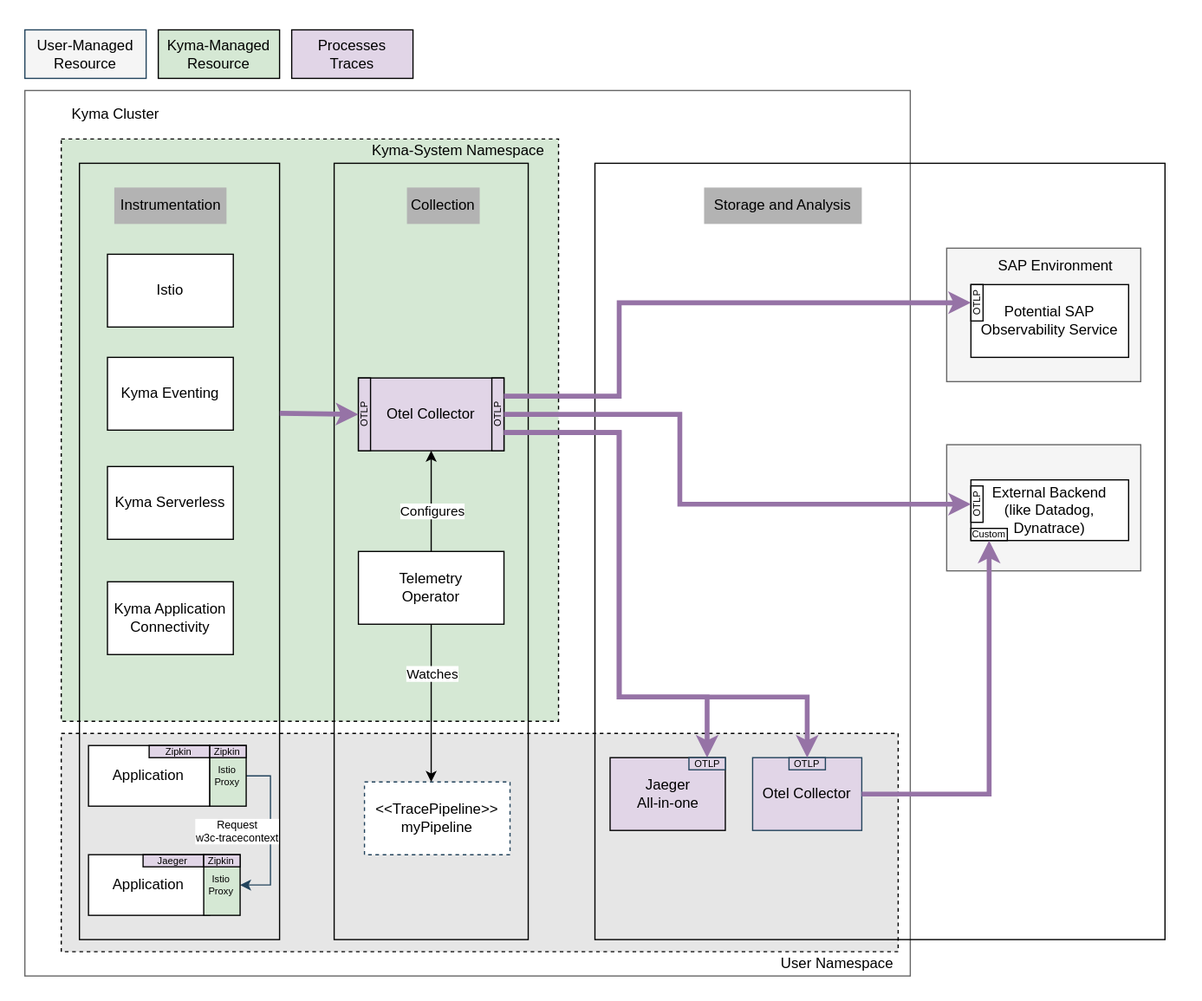
Earlier version of the draw.io export concepts/observability-strategy/configurable-tracing/assets/tracing-future.drawio.svg (kyma-project/community). Source tidied: cells renumbered, new cells last; positions are measured from the earlier drawing's top-left corner, leaving out a move shared by most shapes.
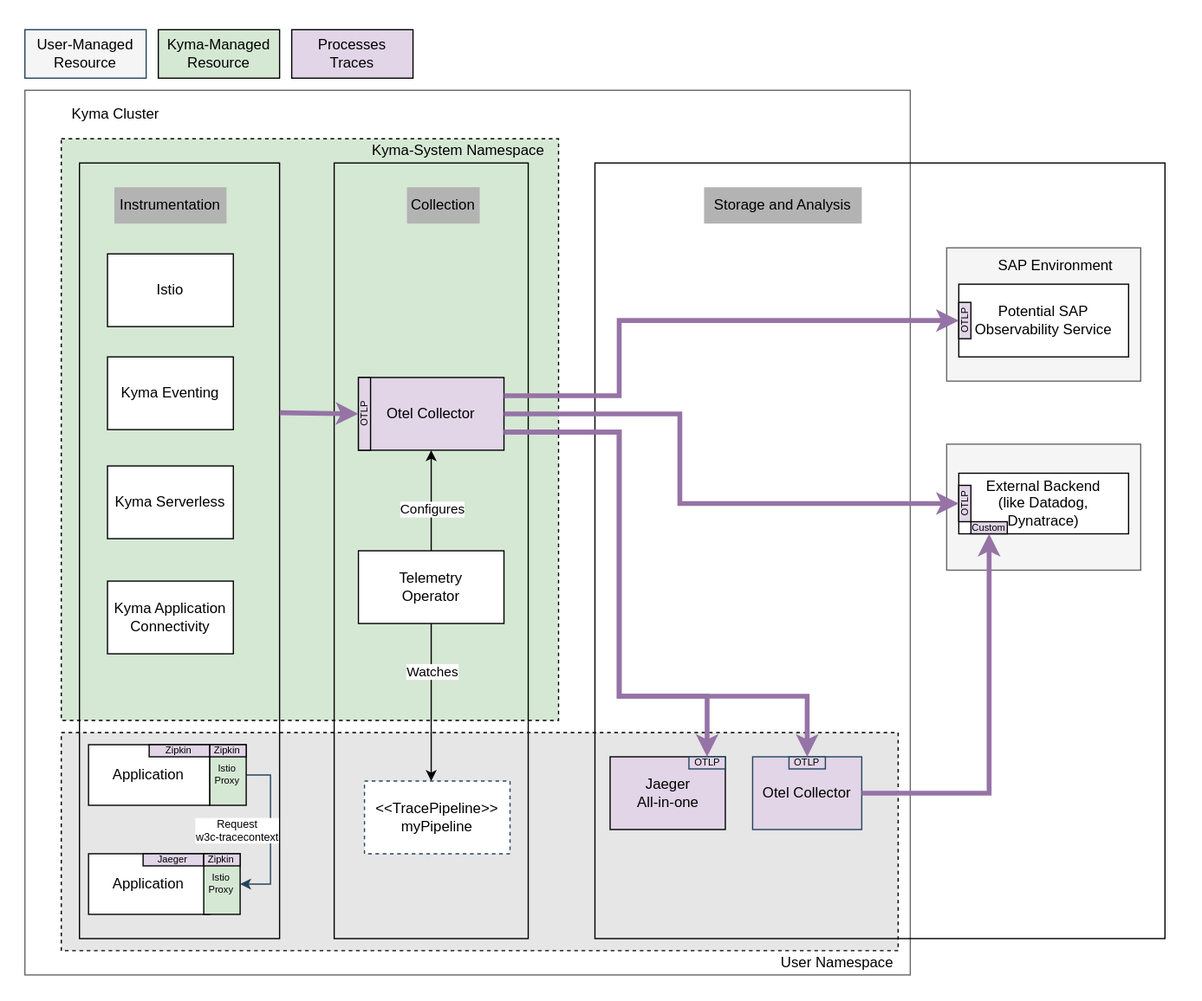
After the change.

Change to the diagram source:
```diff
@@ -120,9 +120,6 @@
     <mxCell id="37" style="endArrow=classic;html=1;exitX=1.001;exitY=0.322;exitDx=0;exitDy=0;exitPerimeter=0;entryX=0;entryY=0.5;entryDx=0;entryDy=0;strokeWidth=4;strokeColor=#9673A6;rounded=0;edgeStyle=elbowEdgeStyle;elbow=vertical;" parent="1" edge="1" source="11" target="15">
       <mxGeometry relative="1" as="geometry" />
     </mxCell>
-    <mxCell id="38" value="OTLP" style="rounded=0;whiteSpace=wrap;html=1;fontSize=8;fillColor=#E1D5E7;strokeColor=#000000;rotation=-90;" parent="1" vertex="1">
-      <mxGeometry x="380" y="336" width="60" height="10" as="geometry" />
-    </mxCell>
     <mxCell id="39" style="html=1;fillColor=none;" parent="1" vertex="1">
       <mxGeometry x="490" y="134" width="470" height="640" as="geometry" />
     </mxCell>
@@ -141,41 +138,45 @@
     <mxCell id="44" style="rounded=0;whiteSpace=wrap;html=1;fillColor=#f5f5f5;strokeColor=#666666;fontColor=#333333;" parent="1" vertex="1">
       <mxGeometry x="780" y="366" width="160" height="104" as="geometry" />
     </mxCell>
-    <mxCell id="45" value="External Backend&lt;br&gt;(like Datadog, Dynatrace)" style="rounded=0;whiteSpace=wrap;html=1;" parent="1" vertex="1">
-      <mxGeometry x="800" y="395" width="130" height="50" as="geometry" />
+    <mxCell id="45" value="External Backend&lt;br&gt;(like Datadog,&lt;br&gt;Dynatrace)" style="rounded=0;whiteSpace=wrap;html=1;" parent="1" vertex="1">
+      <mxGeometry x="790" y="390" width="140" height="50" as="geometry" />
     </mxCell>
-    <mxCell id="46" value="OTLP" style="rounded=0;whiteSpace=wrap;html=1;fontSize=8;rotation=-90;" parent="1" vertex="1">
-      <mxGeometry x="790" y="410" width="30" height="10" as="geometry" />
+    <mxCell id="46" value="OTLP" style="rounded=0;whiteSpace=wrap;html=1;fontSize=8;rotation=-90;fillColor=#E1D5E7;" parent="1" vertex="1">
+      <mxGeometry x="780" y="410" width="30" height="10" as="geometry" />
     </mxCell>
-    <mxCell id="47" value="Custom" style="rounded=0;whiteSpace=wrap;html=1;fontSize=8;rotation=0;" parent="1" vertex="1">
-      <mxGeometry x="800" y="435" width="30" height="10" as="geometry" />
+    <mxCell id="47" value="Custom" style="rounded=0;whiteSpace=wrap;html=1;fontSize=8;rotation=0;fillColor=#E1D5E7;" parent="1" vertex="1">
+      <mxGeometry x="800" y="430" width="30" height="10" as="geometry" />
     </mxCell>
     <mxCell id="48" style="rounded=0;whiteSpace=wrap;html=1;fillColor=#f5f5f5;strokeColor=#666666;fontColor=#333333;" parent="1" vertex="1">
       <mxGeometry x="780" y="204" width="160" height="110" as="geometry" />
     </mxCell>
     <mxCell id="49" value="Potential SAP Observability Service" style="rounded=0;whiteSpace=wrap;html=1;" parent="1" vertex="1">
-      <mxGeometry x="800" y="234" width="130" height="60" as="geometry" />
+      <mxGeometry x="790" y="234" width="140" height="60" as="geometry" />
     </mxCell>
     <mxCell id="50" value="SAP Environment" style="text;html=1;strokeColor=none;fillColor=none;align=center;verticalAlign=middle;whiteSpace=wrap;rounded=0;fontColor=#000000;" parent="1" vertex="1">
       <mxGeometry x="805" y="209" width="130" height="20" as="geometry" />
     </mxCell>
-    <mxCell id="51" style="endArrow=classic;html=1;exitX=0.75;exitY=1;exitDx=0;exitDy=0;entryX=0.5;entryY=0;entryDx=0;entryDy=0;strokeWidth=4;strokeColor=#9673A6;rounded=0;edgeStyle=elbowEdgeStyle;" parent="1" edge="1" source="38" target="55">
+    <mxCell id="51" style="endArrow=classic;html=1;exitX=0.75;exitY=1;exitDx=0;exitDy=0;entryX=0.5;entryY=0;entryDx=0;entryDy=0;strokeWidth=4;strokeColor=#9673A6;rounded=0;edgeStyle=elbowEdgeStyle;" parent="1" edge="1" target="55">
       <mxGeometry relative="1" as="geometry">
+        <mxPoint x="415" y="326" as="sourcePoint" />
         <Array as="points">
           <mxPoint x="510" y="294" />
         </Array>
       </mxGeometry>
     </mxCell>
-    <mxCell id="52" style="endArrow=classic;html=1;exitX=0.5;exitY=1;exitDx=0;exitDy=0;entryX=0.5;entryY=0;entryDx=0;entryDy=0;strokeWidth=4;strokeColor=#9673A6;rounded=0;edgeStyle=orthogonalEdgeStyle;" parent="1" edge="1" source="38" target="46">
+    <mxCell id="52" style="endArrow=classic;html=1;exitX=0.5;exitY=1;exitDx=0;exitDy=0;entryX=0;entryY=0.5;entryDx=0;entryDy=0;strokeWidth=4;strokeColor=#9673A6;rounded=0;edgeStyle=orthogonalEdgeStyle;" parent="1" edge="1" target="45">
       <mxGeometry relative="1" as="geometry">
+        <mxPoint x="415" y="341" as="sourcePoint" />
         <Array as="points">
           <mxPoint x="560" y="341" />
           <mxPoint x="560" y="415" />
+          <mxPoint x="790" y="415" />
         </Array>
       </mxGeometry>
     </mxCell>
-    <mxCell id="53" style="endArrow=classic;html=1;exitX=0.25;exitY=1;exitDx=0;exitDy=0;entryX=0.5;entryY=0;entryDx=0;entryDy=0;strokeWidth=4;strokeColor=#9673A6;rounded=0;edgeStyle=orthogonalEdgeStyle;" parent="1" edge="1" source="38" target="54">
+    <mxCell id="53" style="endArrow=classic;html=1;exitX=0.25;exitY=1;exitDx=0;exitDy=0;entryX=0.5;entryY=0;entryDx=0;entryDy=0;strokeWidth=4;strokeColor=#9673A6;rounded=0;edgeStyle=orthogonalEdgeStyle;" parent="1" edge="1" target="54">
       <mxGeometry relative="1" as="geometry">
+        <mxPoint x="415" y="356" as="sourcePoint" />
         <Array as="points">
           <mxPoint x="510" y="356" />
           <mxPoint x="510" y="574" />
@@ -186,14 +187,15 @@
     <mxCell id="54" value="OTLP" style="rounded=0;whiteSpace=wrap;html=1;fontSize=8;rotation=0;fillColor=#E1D5E7;strokeColor=#23445d;" parent="1" vertex="1">
       <mxGeometry x="567.5" y="624" width="30" height="10" as="geometry" />
     </mxCell>
-    <mxCell id="55" value="OTLP" style="rounded=0;whiteSpace=wrap;html=1;fontSize=8;rotation=-90;" parent="1" vertex="1">
-      <mxGeometry x="790" y="244" width="30" height="10" as="geometry" />
+    <mxCell id="55" value="OTLP" style="rounded=0;whiteSpace=wrap;html=1;fontSize=8;rotation=-90;fillColor=#E1D5E7;" parent="1" vertex="1">
+      <mxGeometry x="780" y="259" width="30" height="10" as="geometry" />
     </mxCell>
     <mxCell id="56" style="edgeStyle=orthogonalEdgeStyle;rounded=0;html=1;exitX=1;exitY=0.5;exitDx=0;exitDy=0;entryX=0.5;entryY=1;entryDx=0;entryDy=0;strokeColor=#9673A6;strokeWidth=4;" parent="1" edge="1" source="41" target="47">
       <mxGeometry relative="1" as="geometry" />
     </mxCell>
-    <mxCell id="57" style="endArrow=classic;html=1;exitX=0.25;exitY=1;exitDx=0;exitDy=0;entryX=0.5;entryY=0;entryDx=0;entryDy=0;strokeWidth=4;strokeColor=#9673A6;rounded=0;edgeStyle=orthogonalEdgeStyle;" parent="1" edge="1" source="38" target="42">
+    <mxCell id="57" style="endArrow=classic;html=1;exitX=0.25;exitY=1;exitDx=0;exitDy=0;entryX=0.5;entryY=0;entryDx=0;entryDy=0;strokeWidth=4;strokeColor=#9673A6;rounded=0;edgeStyle=orthogonalEdgeStyle;" parent="1" edge="1" target="42">
       <mxGeometry relative="1" as="geometry">
+        <mxPoint x="415" y="356" as="sourcePoint" />
         <Array as="points">
           <mxPoint x="510" y="356" />
           <mxPoint x="510" y="574" />
```
